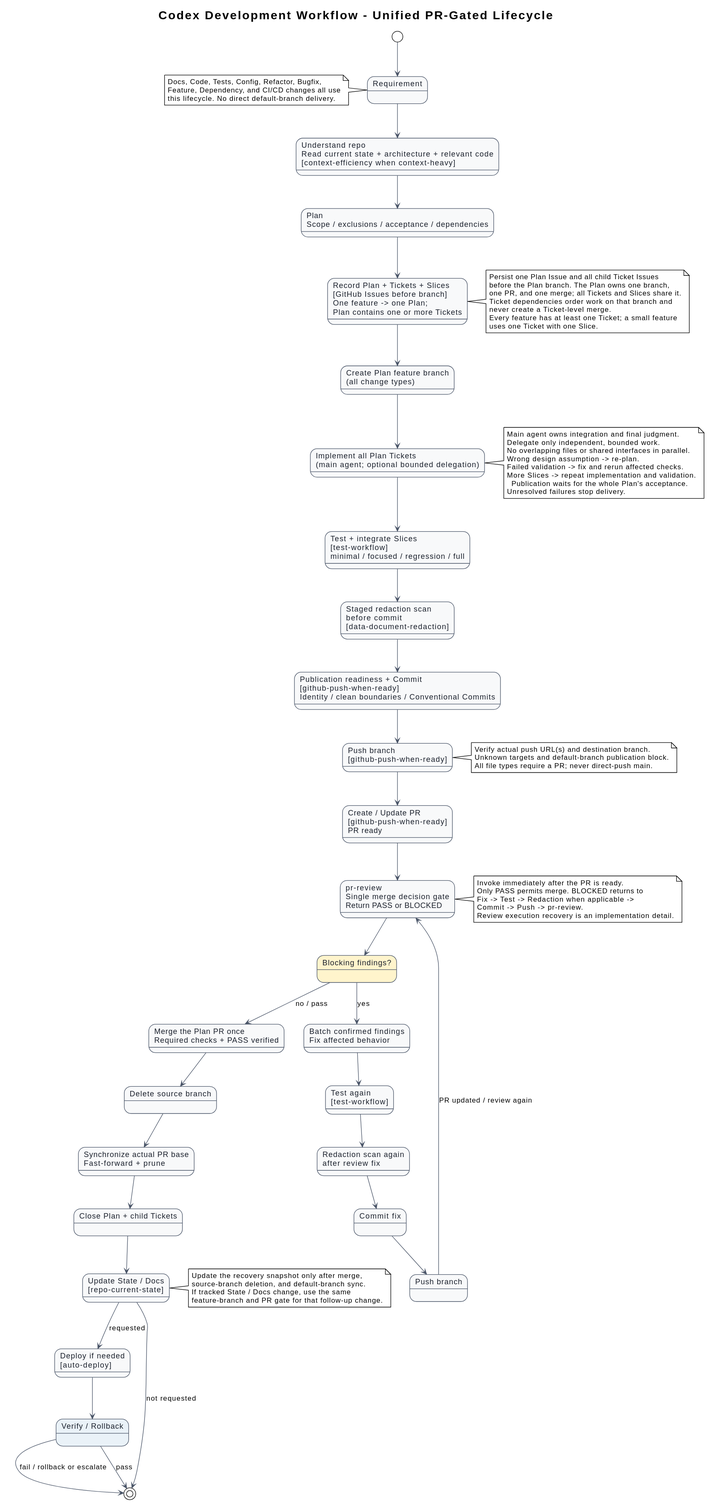
Above: docs/diagrams/architecture.svg in i-zrhe2016/codex-development-workflow (PlantUML), before the change.
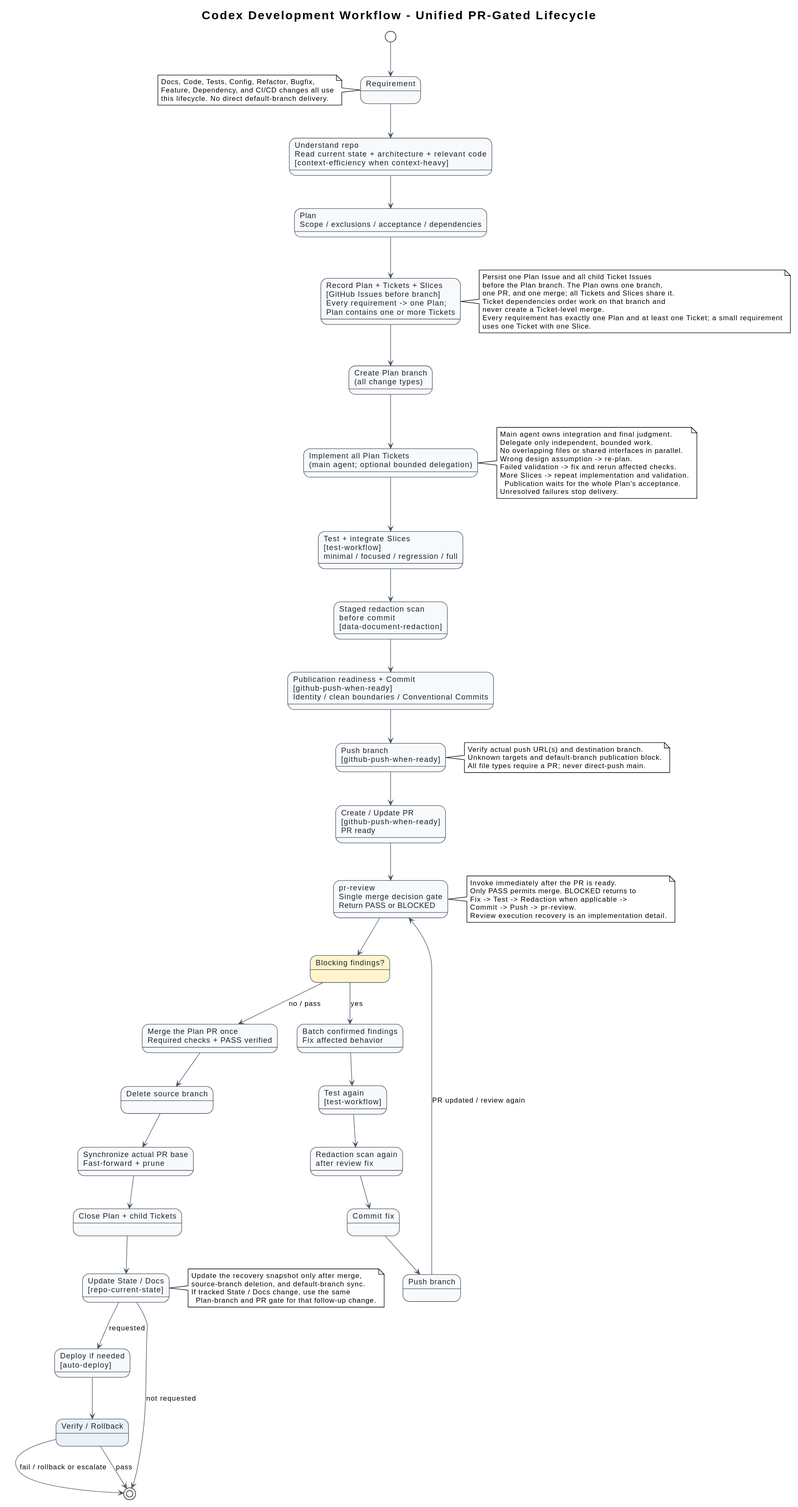
After the change.

Change to the diagram source:
```diff
@@ -15,8 +15,8 @@
 state "Requirement" as requirement
 state "Understand repo\nRead current state + architecture + relevant code\n[context-efficiency when context-heavy]" as understand
 state "Plan\nScope / exclusions / acceptance / dependencies" as plan
-state "Record Plan + Tickets + Slices\n[GitHub Issues before branch]\nOne feature -> one Plan;\nPlan contains one or more Tickets" as decompose
-state "Create Plan feature branch\n(all change types)" as branch
+state "Record Plan + Tickets + Slices\n[GitHub Issues before branch]\nEvery requirement -> one Plan;\nPlan contains one or more Tickets" as decompose
+state "Create Plan branch\n(all change types)" as branch
 state "Implement all Plan Tickets\n(main agent; optional bounded delegation)" as implement
 state "Test + integrate Slices\n[test-workflow]\nminimal / focused / regression / full" as test
 state "Staged redaction scan\nbefore commit\n[data-document-redaction]" as redact
@@ -74,7 +74,7 @@
 one PR, and one merge; all Tickets and Slices share it.
 Ticket dependencies order work on that branch and
 never create a Ticket-level merge.
-Every feature has at least one Ticket; a small feature
+Every requirement has exactly one Plan and at least one Ticket; a small requirement
 uses one Ticket with one Slice.
 end note
 
@@ -107,7 +107,7 @@
 Update the recovery snapshot only after merge,
 source-branch deletion, and default-branch sync.
 If tracked State / Docs change, use the same
-feature-branch and PR gate for that follow-up change.
+  Plan-branch and PR gate for that follow-up change.
 end note
 
 note left of requirement
```
